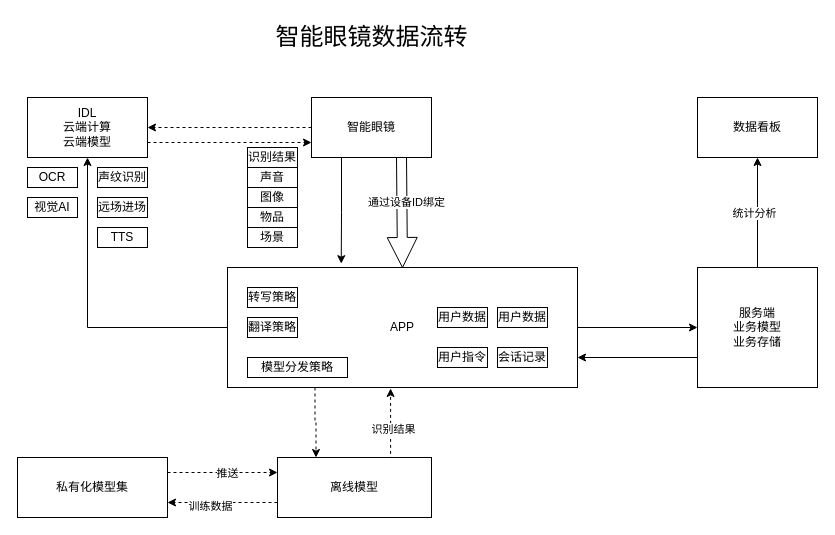
This is AI智能眼镜数据流程图.drawio from 7vqinqiwei/drawio-store, a draw.io file, before an edit. Source tidied: cells renumbered, new cells numbered last; positions are measured from the earlier drawing's top-left corner, leaving out a move shared by most shapes. Both pictures are drawn from the tidied source at 100%, with x=0, y=0 at pixel (17, 17).
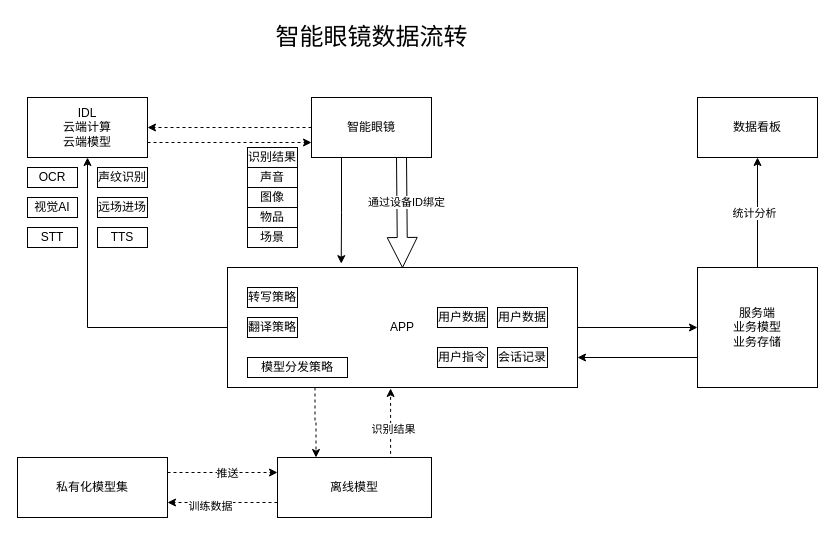
After the change.

Commit message:
更新AI智能眼镜数据流程图.drawio

The edit, as a diff of the source:
```diff
@@
+    <mxCell id="44" value="STT" style="rounded=0;whiteSpace=wrap;html=1;" parent="1" vertex="1">
+      <mxGeometry x="10" y="210" width="50" height="20" as="geometry" />
+    </mxCell>
```
